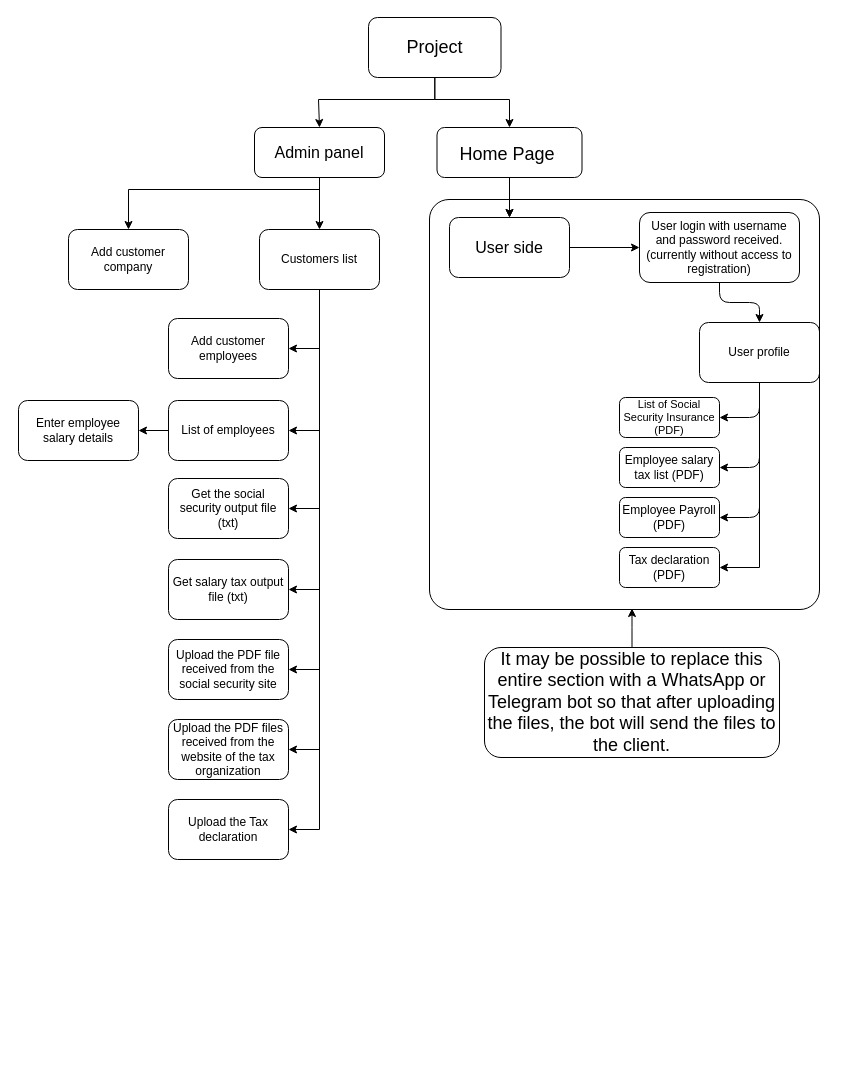
faripoorasl/- keeps this draw.io diagram as Untitled Diagram.drawio. Above is the earlier version. Source tidied: cells renumbered, new cells numbered last; positions are measured from the earlier drawing's top-left corner, leaving out a move shared by most shapes. Both pictures are drawn from the tidied source at 100%, with x=0, y=0 at pixel (18, 17).
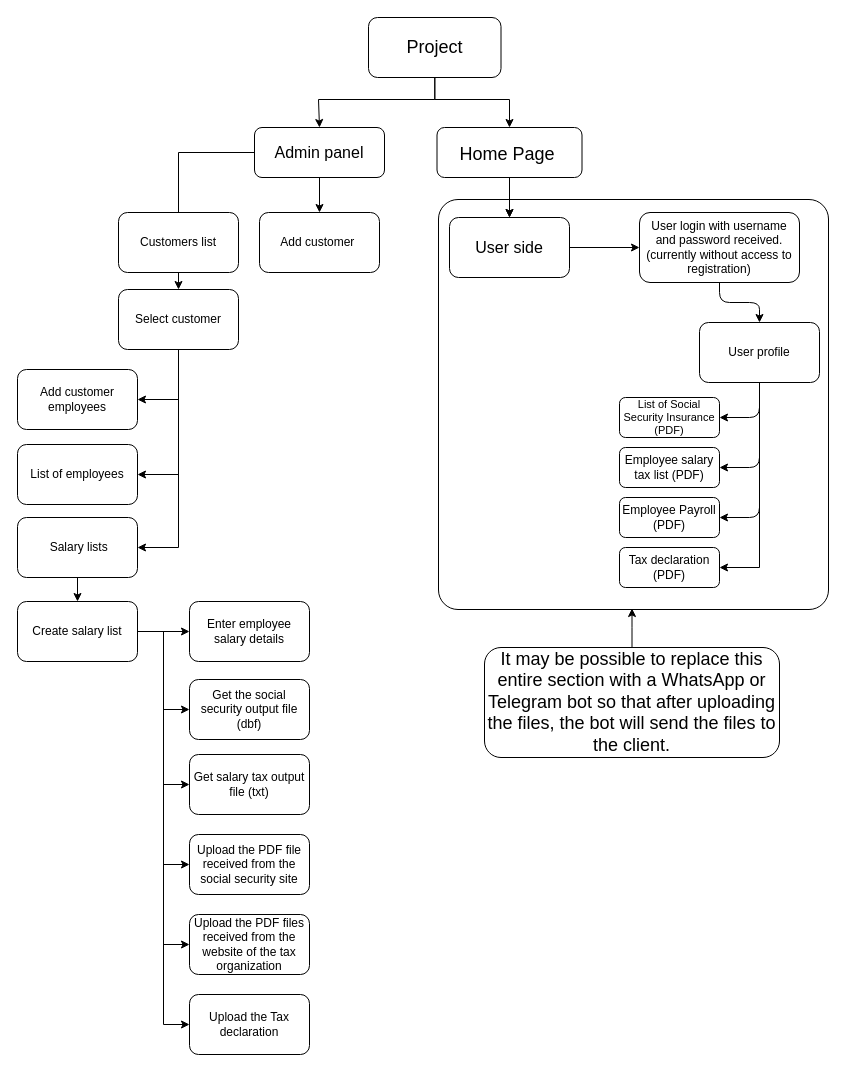
After the change.

Unchanged cells that the change refers to:
```xml
<mxCell id="7" value="&lt;font size=&quot;3&quot;&gt;Admin panel&lt;/font&gt;" style="rounded=1;whiteSpace=wrap;html=1;labelBackgroundColor=none;" parent="1" vertex="1">
  <mxGeometry x="236" y="110" width="130" height="50" as="geometry" />
</mxCell>
```

The edit, as a diff of the source:
```diff
@@
-    <mxCell id="6" style="edgeStyle=orthogonalEdgeStyle;rounded=0;jettySize=auto;html=1;entryX=0.5;entryY=0;entryDx=0;entryDy=0;" parent="1" edge="1" source="7" target="44">
-      <mxGeometry relative="1" as="geometry">
-        <Array as="points">
-          <mxPoint x="301" y="172" />
-          <mxPoint x="110" y="172" />
-        </Array>
-      </mxGeometry>
+    <mxCell id="6" style="edgeStyle=orthogonalEdgeStyle;rounded=0;jettySize=auto;html=1;" parent="1" edge="1" source="7" target="44">
+      <mxGeometry relative="1" as="geometry" />
     </mxCell>
@@
-    <mxCell id="20" style="edgeStyle=orthogonalEdgeStyle;rounded=0;jettySize=auto;html=1;" parent="1" edge="1" source="27" target="31">
-      <mxGeometry relative="1" as="geometry">
-        <Array as="points">
-          <mxPoint x="301" y="331" />
-        </Array>
-      </mxGeometry>
+    <mxCell id="20" style="edgeStyle=orthogonalEdgeStyle;rounded=0;jettySize=auto;html=1;entryX=1;entryY=0.5;entryDx=0;entryDy=0;" parent="1" edge="1" source="27" target="31">
+      <mxGeometry relative="1" as="geometry" />
     </mxCell>
-    <mxCell id="21" style="edgeStyle=orthogonalEdgeStyle;rounded=0;jettySize=auto;html=1;entryX=1;entryY=0.5;entryDx=0;entryDy=0;" parent="1" edge="1" source="27" target="33">
-      <mxGeometry relative="1" as="geometry" />
-    </mxCell>
-    <mxCell id="22" style="edgeStyle=orthogonalEdgeStyle;rounded=0;jettySize=auto;html=1;entryX=1;entryY=0.5;entryDx=0;entryDy=0;" parent="1" edge="1" source="27" target="34">
-      <mxGeometry relative="1" as="geometry" />
-    </mxCell>
-    <mxCell id="23" style="edgeStyle=orthogonalEdgeStyle;rounded=0;jettySize=auto;html=1;entryX=1;entryY=0.5;entryDx=0;entryDy=0;" parent="1" edge="1" source="27" target="35">
-      <mxGeometry relative="1" as="geometry" />
-    </mxCell>
-    <mxCell id="24" style="edgeStyle=orthogonalEdgeStyle;rounded=0;jettySize=auto;html=1;entryX=1;entryY=0.5;entryDx=0;entryDy=0;" parent="1" edge="1" source="27" target="36">
-      <mxGeometry relative="1" as="geometry" />
-    </mxCell>
-    <mxCell id="25" style="edgeStyle=orthogonalEdgeStyle;rounded=0;jettySize=auto;html=1;entryX=1;entryY=0.5;entryDx=0;entryDy=0;" parent="1" edge="1" source="27" target="41">
-      <mxGeometry relative="1" as="geometry" />
-    </mxCell>
@@
+    <mxCell id="45" style="edgeStyle=orthogonalEdgeStyle;rounded=0;jettySize=auto;html=1;entryX=1;entryY=0.5;entryDx=0;entryDy=0;" parent="1" edge="1" source="27" target="54">
+      <mxGeometry relative="1" as="geometry" />
+    </mxCell>
-    <mxCell id="27" value="Customers list" style="rounded=1;whiteSpace=wrap;html=1;labelBackgroundColor=none;" parent="1" vertex="1">
-      <mxGeometry x="241" y="212" width="120" height="60" as="geometry" />
+    <mxCell id="27" value="Select customer" style="rounded=1;whiteSpace=wrap;html=1;labelBackgroundColor=none;" parent="1" vertex="1">
+      <mxGeometry x="100" y="272" width="120" height="60" as="geometry" />
     </mxCell>
@@
     <mxCell id="31" value="Add customer employees" style="rounded=1;whiteSpace=wrap;html=1;labelBackgroundColor=none;" parent="1" vertex="1">
-      <mxGeometry x="150" y="301" width="120" height="60" as="geometry" />
+      <mxGeometry x="-1" y="352" width="120" height="60" as="geometry" />
     </mxCell>
     <mxCell id="32" value="Enter employee salary details" style="rounded=1;whiteSpace=wrap;html=1;labelBackgroundColor=none;" parent="1" vertex="1">
-      <mxGeometry y="383" width="120" height="60" as="geometry" />
+      <mxGeometry x="171" y="584" width="120" height="60" as="geometry" />
     </mxCell>
-    <mxCell id="33" value="Get the social security output file (txt)" style="rounded=1;whiteSpace=wrap;html=1;labelBackgroundColor=none;" parent="1" vertex="1">
-      <mxGeometry x="150" y="461" width="120" height="60" as="geometry" />
+    <mxCell id="33" value="Get the social security output file (dbf)" style="rounded=1;whiteSpace=wrap;html=1;labelBackgroundColor=none;" parent="1" vertex="1">
+      <mxGeometry x="171" y="662" width="120" height="60" as="geometry" />
     </mxCell>
     <mxCell id="34" value="Get salary tax output file (txt)" style="rounded=1;whiteSpace=wrap;html=1;labelBackgroundColor=none;" parent="1" vertex="1">
-      <mxGeometry x="150" y="542" width="120" height="60" as="geometry" />
+      <mxGeometry x="171" y="737" width="120" height="60" as="geometry" />
     </mxCell>
     <mxCell id="35" value="Upload the PDF file received from the social security site" style="rounded=1;whiteSpace=wrap;html=1;labelBackgroundColor=none;" parent="1" vertex="1">
-      <mxGeometry x="150" y="622" width="120" height="60" as="geometry" />
+      <mxGeometry x="171" y="817" width="120" height="60" as="geometry" />
     </mxCell>
     <mxCell id="36" value="Upload the PDF files received from the website of the tax organization" style="rounded=1;whiteSpace=wrap;html=1;labelBackgroundColor=none;" parent="1" vertex="1">
-      <mxGeometry x="150" y="702" width="120" height="60" as="geometry" />
+      <mxGeometry x="171" y="897" width="120" height="60" as="geometry" />
     </mxCell>
     <mxCell id="37" style="rounded=1;whiteSpace=wrap;html=1;fillColor=none;perimeterSpacing=1;arcSize=5;" parent="1" vertex="1">
-      <mxGeometry x="411" y="182" width="390" height="410" as="geometry" />
+      <mxGeometry x="420" y="182" width="390" height="410" as="geometry" />
     </mxCell>
@@
     <mxCell id="41" value="Upload the Tax declaration" style="rounded=1;whiteSpace=wrap;html=1;labelBackgroundColor=none;" parent="1" vertex="1">
-      <mxGeometry x="150" y="782" width="120" height="60" as="geometry" />
+      <mxGeometry x="171" y="977" width="120" height="60" as="geometry" />
     </mxCell>
-    <mxCell id="42" style="edgeStyle=orthogonalEdgeStyle;rounded=0;jettySize=auto;html=1;" parent="1" edge="1" source="43" target="32">
-      <mxGeometry relative="1" as="geometry" />
-    </mxCell>
     <mxCell id="43" value="List of employees" style="rounded=1;whiteSpace=wrap;html=1;labelBackgroundColor=none;" parent="1" vertex="1">
-      <mxGeometry x="150" y="383" width="120" height="60" as="geometry" />
+      <mxGeometry x="-1" y="427" width="120" height="60" as="geometry" />
     </mxCell>
-    <mxCell id="44" value="Add customer company" style="rounded=1;whiteSpace=wrap;html=1;labelBackgroundColor=none;" parent="1" vertex="1">
-      <mxGeometry x="50" y="212" width="120" height="60" as="geometry" />
+    <mxCell id="44" value="Add customer&amp;nbsp;" style="rounded=1;whiteSpace=wrap;html=1;labelBackgroundColor=none;" parent="1" vertex="1">
+      <mxGeometry x="241" y="195" width="120" height="60" as="geometry" />
     </mxCell>
+    <mxCell id="46" style="edgeStyle=orthogonalEdgeStyle;rounded=0;jettySize=auto;html=1;entryX=0;entryY=0.5;entryDx=0;entryDy=0;" parent="1" edge="1" source="52" target="32">
+      <mxGeometry relative="1" as="geometry" />
+    </mxCell>
+    <mxCell id="47" style="edgeStyle=orthogonalEdgeStyle;rounded=0;jettySize=auto;html=1;entryX=0;entryY=0.5;entryDx=0;entryDy=0;" parent="1" edge="1" source="52" target="33">
+      <mxGeometry relative="1" as="geometry" />
+    </mxCell>
+    <mxCell id="48" style="edgeStyle=orthogonalEdgeStyle;rounded=0;jettySize=auto;html=1;entryX=0;entryY=0.5;entryDx=0;entryDy=0;" parent="1" edge="1" source="52" target="34">
+      <mxGeometry relative="1" as="geometry" />
+    </mxCell>
+    <mxCell id="49" style="edgeStyle=orthogonalEdgeStyle;rounded=0;jettySize=auto;html=1;entryX=0;entryY=0.5;entryDx=0;entryDy=0;" parent="1" edge="1" source="52" target="35">
+      <mxGeometry relative="1" as="geometry" />
+    </mxCell>
+    <mxCell id="50" style="edgeStyle=orthogonalEdgeStyle;rounded=0;jettySize=auto;html=1;entryX=0;entryY=0.5;entryDx=0;entryDy=0;" parent="1" edge="1" source="52" target="36">
+      <mxGeometry relative="1" as="geometry" />
+    </mxCell>
+    <mxCell id="51" style="edgeStyle=orthogonalEdgeStyle;rounded=0;jettySize=auto;html=1;entryX=0;entryY=0.5;entryDx=0;entryDy=0;" parent="1" edge="1" source="52" target="41">
+      <mxGeometry relative="1" as="geometry" />
+    </mxCell>
+    <mxCell id="52" value="Create salary list" style="rounded=1;whiteSpace=wrap;html=1;labelBackgroundColor=none;" parent="1" vertex="1">
+      <mxGeometry x="-1" y="584" width="120" height="60" as="geometry" />
+    </mxCell>
+    <mxCell id="53" style="edgeStyle=orthogonalEdgeStyle;rounded=0;jettySize=auto;html=1;" parent="1" edge="1" source="54" target="52">
+      <mxGeometry relative="1" as="geometry" />
+    </mxCell>
+    <mxCell id="54" value="&amp;nbsp;Salary lists" style="rounded=1;whiteSpace=wrap;html=1;labelBackgroundColor=none;" parent="1" vertex="1">
+      <mxGeometry x="-1" y="500" width="120" height="60" as="geometry" />
+    </mxCell>
+    <mxCell id="55" value="Customers list" style="rounded=1;whiteSpace=wrap;html=1;labelBackgroundColor=none;" parent="1" vertex="1">
+      <mxGeometry x="100" y="195" width="120" height="60" as="geometry" />
+    </mxCell>
```
